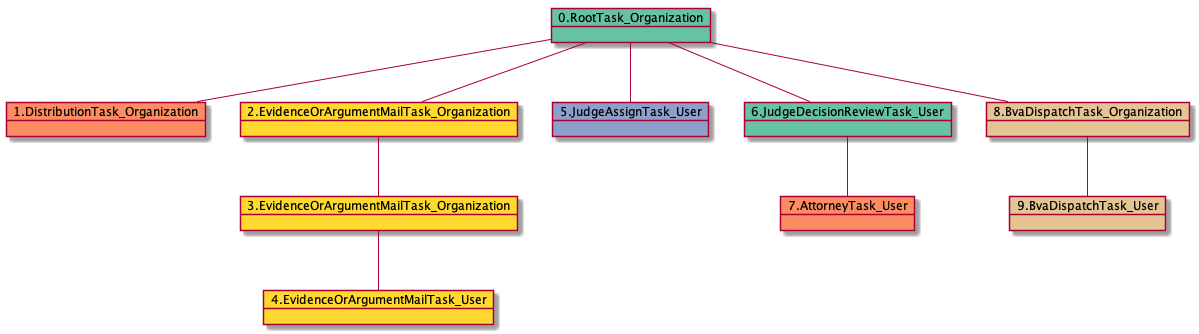
Before: docs-DR/uml/RTO.DTO.EOAMTO.EOAMTO.EOAMTU.JATU.JDRTU.ATU.BDTO-10213.png, a diagram exported from PlantUML (yoomlam/graphing). The source it was exported from:
```plantuml
@startuml
object 0.RootTask_Organization #66c2a5
object 1.DistributionTask_Organization #fc8d62
object 2.EvidenceOrArgumentMailTask_Organization #ffd92f
object 3.EvidenceOrArgumentMailTask_Organization #ffd92f
object 4.EvidenceOrArgumentMailTask_User #ffd92f
object 5.JudgeAssignTask_User #8da0cb
object 6.JudgeDecisionReviewTask_User #66c2a5
object 7.AttorneyTask_User #fc8d62
object 8.BvaDispatchTask_Organization #e5c494
object 9.BvaDispatchTask_User #e5c494
0.RootTask_Organization -- 1.DistributionTask_Organization
0.RootTask_Organization -- 2.EvidenceOrArgumentMailTask_Organization
2.EvidenceOrArgumentMailTask_Organization -- 3.EvidenceOrArgumentMailTask_Organization
3.EvidenceOrArgumentMailTask_Organization -- 4.EvidenceOrArgumentMailTask_User
0.RootTask_Organization -- 5.JudgeAssignTask_User
0.RootTask_Organization -- 6.JudgeDecisionReviewTask_User
6.JudgeDecisionReviewTask_User -- 7.AttorneyTask_User
0.RootTask_Organization -- 8.BvaDispatchTask_Organization
8.BvaDispatchTask_Organization -- 9.BvaDispatchTask_User
@enduml
```
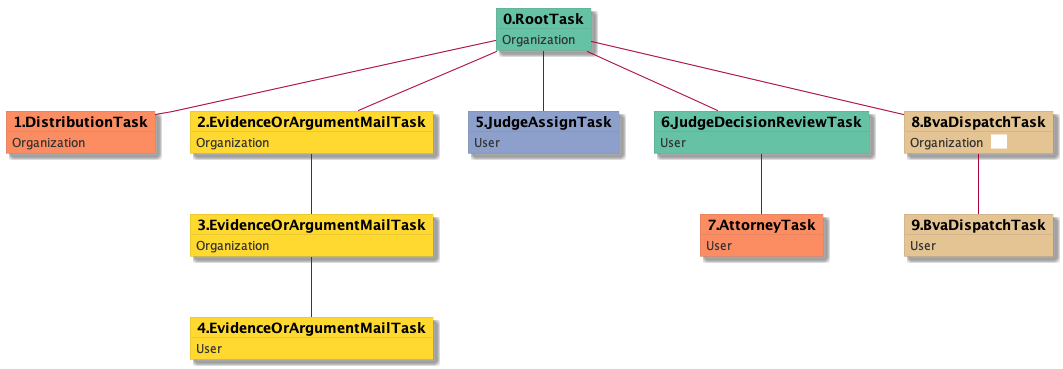
After the change.

Change to the diagram source:
```diff
@@ -1,21 +1,49 @@
 @startuml
-object 0.RootTask_Organization #66c2a5
-object 1.DistributionTask_Organization #fc8d62
-object 2.EvidenceOrArgumentMailTask_Organization #ffd92f
-object 3.EvidenceOrArgumentMailTask_Organization #ffd92f
-object 4.EvidenceOrArgumentMailTask_User #ffd92f
-object 5.JudgeAssignTask_User #8da0cb
-object 6.JudgeDecisionReviewTask_User #66c2a5
-object 7.AttorneyTask_User #fc8d62
-object 8.BvaDispatchTask_Organization #e5c494
-object 9.BvaDispatchTask_User #e5c494
-0.RootTask_Organization -- 1.DistributionTask_Organization
-0.RootTask_Organization -- 2.EvidenceOrArgumentMailTask_Organization
-2.EvidenceOrArgumentMailTask_Organization -- 3.EvidenceOrArgumentMailTask_Organization
-3.EvidenceOrArgumentMailTask_Organization -- 4.EvidenceOrArgumentMailTask_User
-0.RootTask_Organization -- 5.JudgeAssignTask_User
-0.RootTask_Organization -- 6.JudgeDecisionReviewTask_User
-6.JudgeDecisionReviewTask_User -- 7.AttorneyTask_User
-0.RootTask_Organization -- 8.BvaDispatchTask_Organization
-8.BvaDispatchTask_Organization -- 9.BvaDispatchTask_User
+skinparam {
+  ObjectBorderColor #555
+  ObjectBorderThickness 0
+  ObjectFontStyle bold
+  ObjectFontSize 14
+  ObjectAttributeFontColor #333
+  ObjectAttributeFontSize 12
+}
+  object 0.RootTask #66c2a5 {
+Organization
+}
+  object 1.DistributionTask #fc8d62 {
+Organization
+}
+  object 2.EvidenceOrArgumentMailTask #ffd92f {
+Organization
+}
+  object 3.EvidenceOrArgumentMailTask #ffd92f {
+Organization
+}
+  object 4.EvidenceOrArgumentMailTask #ffd92f {
+User
+}
+  object 5.JudgeAssignTask #8da0cb {
+User
+}
+  object 6.JudgeDecisionReviewTask #66c2a5 {
+User
+}
+  object 7.AttorneyTask #fc8d62 {
+User
+}
+  object 8.BvaDispatchTask #e5c494 {
+Organization  <back:white>    </back>
+}
+  object 9.BvaDispatchTask #e5c494 {
+User
+}
+0.RootTask -- 1.DistributionTask
+0.RootTask -- 2.EvidenceOrArgumentMailTask
+2.EvidenceOrArgumentMailTask -- 3.EvidenceOrArgumentMailTask
+3.EvidenceOrArgumentMailTask -- 4.EvidenceOrArgumentMailTask
+0.RootTask -- 5.JudgeAssignTask
+0.RootTask -- 6.JudgeDecisionReviewTask
+6.JudgeDecisionReviewTask -- 7.AttorneyTask
+0.RootTask -- 8.BvaDispatchTask
+8.BvaDispatchTask -- 9.BvaDispatchTask
 @enduml
```
